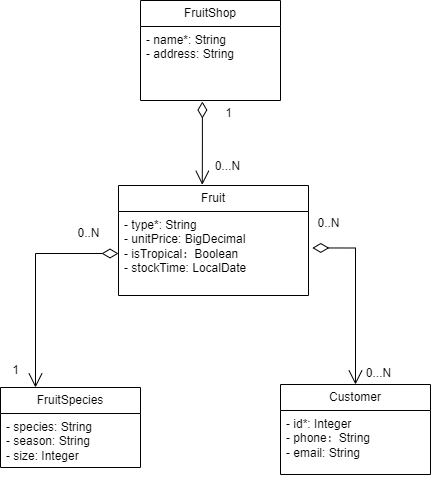
Before: docs/fruitShop.models.png, a diagram exported from draw.io (wzzzzwwzw/apaw-practice). Source tidied: cells renumbered, new cells last; positions are measured from the earlier drawing's top-left corner, leaving out a move shared by most shapes.
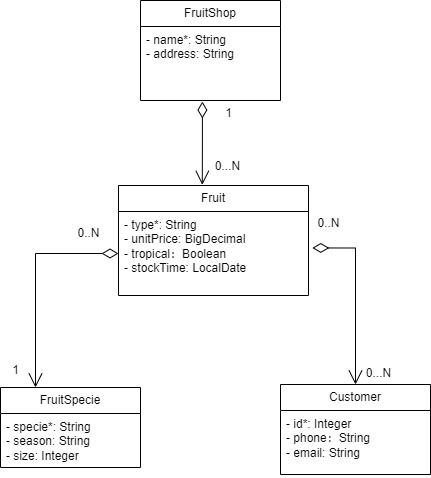
After the commit.

What changed in the source:
```diff
@@ -5,7 +5,7 @@
     <mxCell id="2" value="Fruit" style="swimlane;fontStyle=0;horizontal=1;startSize=26;fillColor=none;whiteSpace=wrap;html=1;" parent="1" vertex="1">
       <mxGeometry x="118" y="185" width="190" height="110" as="geometry" />
     </mxCell>
-    <mxCell id="3" value="- type*: String&lt;br style=&quot;border-color: var(--border-color);&quot;&gt;- unitPrice: BigDecimal&lt;br&gt;-&amp;nbsp;isTropical：Boolean&lt;br style=&quot;border-color: var(--border-color);&quot;&gt;- stockTime:&amp;nbsp;LocalDate" style="text;strokeColor=none;fillColor=none;align=left;verticalAlign=top;spacingLeft=4;spacingRight=4;overflow=hidden;points=[[0,0.5],[1,0.5]];portConstraint=eastwest;whiteSpace=wrap;html=1;" parent="2" vertex="1">
+    <mxCell id="3" value="- type*: String&lt;br style=&quot;border-color: var(--border-color);&quot;&gt;- unitPrice: BigDecimal&lt;br&gt;- tropical：Boolean&lt;br style=&quot;border-color: var(--border-color);&quot;&gt;- stockTime:&amp;nbsp;LocalDate" style="text;strokeColor=none;fillColor=none;align=left;verticalAlign=top;spacingLeft=4;spacingRight=4;overflow=hidden;points=[[0,0.5],[1,0.5]];portConstraint=eastwest;whiteSpace=wrap;html=1;" parent="2" vertex="1">
       <mxGeometry y="26" width="190" height="84" as="geometry" />
     </mxCell>
     <mxCell id="4" value="Customer" style="swimlane;fontStyle=0;horizontal=1;startSize=26;fillColor=none;whiteSpace=wrap;html=1;" parent="1" vertex="1">
@@ -29,10 +29,10 @@
     <mxCell id="10" value="1" style="text;html=1;align=center;verticalAlign=middle;strokeColor=none;fillColor=none;" parent="1" vertex="1">
       <mxGeometry x="213" y="98" width="30" height="30" as="geometry" />
     </mxCell>
-    <mxCell id="11" value="FruitSpecies" style="swimlane;fontStyle=0;horizontal=1;startSize=26;fillColor=none;whiteSpace=wrap;html=1;" parent="1" vertex="1">
+    <mxCell id="11" value="FruitSpecie" style="swimlane;fontStyle=0;horizontal=1;startSize=26;fillColor=none;whiteSpace=wrap;html=1;" parent="1" vertex="1">
       <mxGeometry y="387" width="140" height="80" as="geometry" />
     </mxCell>
-    <mxCell id="12" value="- species: String&lt;br&gt;-&amp;nbsp;season: String&lt;br&gt;- size: Integer" style="text;strokeColor=none;fillColor=none;align=left;verticalAlign=top;spacingLeft=4;spacingRight=4;overflow=hidden;whiteSpace=wrap;html=1;" parent="11" vertex="1">
+    <mxCell id="12" value="- specie*: String&lt;br&gt;-&amp;nbsp;season: String&lt;br&gt;- size: Integer" style="text;strokeColor=none;fillColor=none;align=left;verticalAlign=top;spacingLeft=4;spacingRight=4;overflow=hidden;whiteSpace=wrap;html=1;" parent="11" vertex="1">
       <mxGeometry y="26" width="140" height="54" as="geometry" />
     </mxCell>
     <mxCell id="13" style="endArrow=open;html=1;endSize=12;startArrow=diamondThin;startSize=14;startFill=0;edgeStyle=orthogonalEdgeStyle;align=left;verticalAlign=bottom;rounded=0;exitX=1.02;exitY=0.434;exitDx=0;exitDy=0;exitPerimeter=0;entryX=0.5;entryY=0;entryDx=0;entryDy=0;" parent="1" edge="1" source="3" target="4">
```
